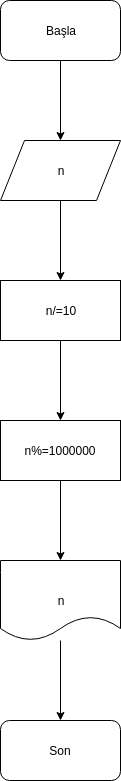
Before: 8reqemli.png, a diagram exported from draw.io (heybetov1998/14.02.2017). Source tidied: cells renumbered, new cells last; positions are measured from the earlier drawing's top-left corner, leaving out a move shared by most shapes. Its diagram source:
```xml
<mxGraphModel background="#ffffff">
  <root>
    <mxCell id="0" />
    <mxCell id="1" parent="0" />
    <mxCell id="2" style="edgeStyle=orthogonalEdgeStyle;rounded=0;html=1;jettySize=auto;" parent="1" edge="1" source="3">
      <mxGeometry x="425" y="70" as="geometry">
        <mxPoint x="60" y="140" as="targetPoint" />
      </mxGeometry>
    </mxCell>
    <mxCell id="3" value="Başla" style="rounded=1;whiteSpace=wrap;html=1;fillColor=#ffffff;gradientColor=none;" parent="1" vertex="1">
      <mxGeometry width="120" height="60" as="geometry" />
    </mxCell>
    <mxCell id="4" style="edgeStyle=orthogonalEdgeStyle;rounded=0;html=1;jettySize=auto;" parent="1" edge="1" source="5">
      <mxGeometry x="425" y="210" as="geometry">
        <mxPoint x="60" y="280" as="targetPoint" />
      </mxGeometry>
    </mxCell>
    <mxCell id="5" value="n" style="shape=parallelogram;whiteSpace=wrap;html=1;fillColor=#ffffff;gradientColor=none;" parent="1" vertex="1">
      <mxGeometry y="140" width="120" height="60" as="geometry" />
    </mxCell>
    <mxCell id="6" style="edgeStyle=orthogonalEdgeStyle;rounded=0;html=1;jettySize=auto;" parent="1" edge="1" source="7">
      <mxGeometry x="425" y="350" as="geometry">
        <mxPoint x="60" y="420" as="targetPoint" />
      </mxGeometry>
    </mxCell>
    <mxCell id="7" value="n/=10" style="whiteSpace=wrap;html=1;fillColor=#ffffff;gradientColor=none;" parent="1" vertex="1">
      <mxGeometry y="280" width="120" height="60" as="geometry" />
    </mxCell>
    <mxCell id="8" style="edgeStyle=orthogonalEdgeStyle;rounded=0;html=1;jettySize=auto;" parent="1" edge="1" source="9">
      <mxGeometry x="425" y="490" as="geometry">
        <mxPoint x="60" y="560" as="targetPoint" />
      </mxGeometry>
    </mxCell>
    <mxCell id="9" value="n%=1000000" style="whiteSpace=wrap;html=1;fillColor=#ffffff;gradientColor=none;" parent="1" vertex="1">
      <mxGeometry y="420" width="120" height="60" as="geometry" />
    </mxCell>
    <mxCell id="10" style="edgeStyle=orthogonalEdgeStyle;rounded=0;html=1;jettySize=auto;" parent="1" edge="1" source="11">
      <mxGeometry x="425" y="650" as="geometry">
        <mxPoint x="60" y="720" as="targetPoint" />
      </mxGeometry>
    </mxCell>
    <mxCell id="11" value="n" style="shape=document;whiteSpace=wrap;html=1;fillColor=#ffffff;gradientColor=none;" parent="1" vertex="1">
      <mxGeometry y="560" width="120" height="80" as="geometry" />
    </mxCell>
    <mxCell id="12" value="Son" style="rounded=1;whiteSpace=wrap;html=1;fillColor=#ffffff;gradientColor=none;" parent="1" vertex="1">
      <mxGeometry y="720" width="120" height="60" as="geometry" />
    </mxCell>
  </root>
</mxGraphModel>
```
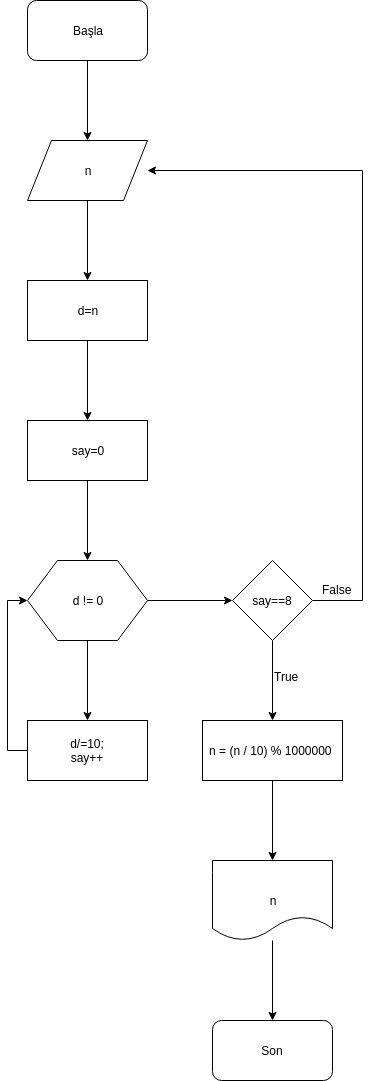
After the change.

What changed in the source:
```diff
@@ -23,7 +23,7 @@
         <mxPoint x="60" y="420" as="targetPoint" />
       </mxGeometry>
     </mxCell>
-    <mxCell id="7" value="n/=10" style="whiteSpace=wrap;html=1;fillColor=#ffffff;gradientColor=none;" parent="1" vertex="1">
+    <mxCell id="7" value="d=n" style="whiteSpace=wrap;html=1;fillColor=#ffffff;gradientColor=none;" parent="1" vertex="1">
       <mxGeometry y="280" width="120" height="60" as="geometry" />
     </mxCell>
     <mxCell id="8" style="edgeStyle=orthogonalEdgeStyle;rounded=0;html=1;jettySize=auto;" parent="1" edge="1" source="9">
@@ -31,19 +31,71 @@
         <mxPoint x="60" y="560" as="targetPoint" />
       </mxGeometry>
     </mxCell>
-    <mxCell id="9" value="n%=1000000" style="whiteSpace=wrap;html=1;fillColor=#ffffff;gradientColor=none;" parent="1" vertex="1">
+    <mxCell id="9" value="say=0" style="whiteSpace=wrap;html=1;fillColor=#ffffff;gradientColor=none;" parent="1" vertex="1">
       <mxGeometry y="420" width="120" height="60" as="geometry" />
     </mxCell>
-    <mxCell id="10" style="edgeStyle=orthogonalEdgeStyle;rounded=0;html=1;jettySize=auto;" parent="1" edge="1" source="11">
+    <mxCell id="10" style="edgeStyle=orthogonalEdgeStyle;rounded=0;html=1;jettySize=auto;" parent="1" edge="1" source="12">
       <mxGeometry x="425" y="650" as="geometry">
         <mxPoint x="60" y="720" as="targetPoint" />
       </mxGeometry>
     </mxCell>
-    <mxCell id="11" value="n" style="shape=document;whiteSpace=wrap;html=1;fillColor=#ffffff;gradientColor=none;" parent="1" vertex="1">
-      <mxGeometry y="560" width="120" height="80" as="geometry" />
+    <mxCell id="11" style="edgeStyle=orthogonalEdgeStyle;rounded=0;html=1;jettySize=auto;entryX=0;entryY=0.5;" parent="1" edge="1" source="12" target="17">
+      <mxGeometry x="485" y="610" as="geometry" />
     </mxCell>
-    <mxCell id="12" value="Son" style="rounded=1;whiteSpace=wrap;html=1;fillColor=#ffffff;gradientColor=none;" parent="1" vertex="1">
-      <mxGeometry y="720" width="120" height="60" as="geometry" />
+    <mxCell id="12" value="d != 0" style="shape=hexagon;perimeter=hexagonPerimeter;whiteSpace=wrap;html=1;fillColor=#ffffff;gradientColor=none;" parent="1" vertex="1">
+      <mxGeometry y="560" width="120" height="80" as="geometry" />
     </mxCell>
+    <mxCell id="13" style="edgeStyle=orthogonalEdgeStyle;rounded=0;html=1;entryX=0;entryY=0.5;jettySize=auto;" parent="1" edge="1" source="14" target="12">
+      <mxGeometry x="345" y="610" as="geometry">
+        <Array as="points">
+          <mxPoint x="-20" y="750" />
+          <mxPoint x="-20" y="600" />
+        </Array>
+      </mxGeometry>
+    </mxCell>
+    <mxCell id="14" value="d/=10;&lt;div&gt;say++&lt;/div&gt;" style="whiteSpace=wrap;html=1;fillColor=#ffffff;gradientColor=none;" parent="1" vertex="1">
+      <mxGeometry y="720" width="120" height="60" as="geometry" />
+    </mxCell>
+    <mxCell id="15" style="edgeStyle=orthogonalEdgeStyle;rounded=0;html=1;jettySize=auto;" parent="1" edge="1" source="17">
+      <mxGeometry x="610" y="650" as="geometry">
+        <mxPoint x="245" y="720" as="targetPoint" />
+      </mxGeometry>
+    </mxCell>
+    <mxCell id="16" style="edgeStyle=orthogonalEdgeStyle;rounded=0;html=1;jettySize=auto;entryX=1;entryY=0.5;" parent="1" edge="1" source="17" target="5">
+      <mxGeometry x="485" y="180" as="geometry">
+        <Array as="points">
+          <mxPoint x="335" y="600" />
+          <mxPoint x="335" y="170" />
+        </Array>
+      </mxGeometry>
+    </mxCell>
+    <mxCell id="17" value="say==8" style="rhombus;whiteSpace=wrap;html=1;fillColor=#ffffff;gradientColor=none;" parent="1" vertex="1">
+      <mxGeometry x="205" y="560" width="80" height="80" as="geometry" />
+    </mxCell>
+    <mxCell id="18" value="False" style="text;html=1;align=left;verticalAlign=top;spacingTop=-4;" parent="1" vertex="1">
+      <mxGeometry x="293" y="580" width="40" height="20" as="geometry" />
+    </mxCell>
+    <mxCell id="19" value="True" style="text;html=1;align=left;verticalAlign=top;spacingTop=-4;" parent="1" vertex="1">
+      <mxGeometry x="245" y="667" width="40" height="20" as="geometry" />
+    </mxCell>
+    <mxCell id="20" style="edgeStyle=orthogonalEdgeStyle;rounded=0;html=1;jettySize=auto;" parent="1" edge="1" source="21">
+      <mxGeometry x="610" y="790" as="geometry">
+        <mxPoint x="245" y="860" as="targetPoint" />
+      </mxGeometry>
+    </mxCell>
+    <mxCell id="21" value="n = (n / 10) % 1000000&amp;nbsp;" style="whiteSpace=wrap;html=1;fillColor=#ffffff;gradientColor=none;" parent="1" vertex="1">
+      <mxGeometry x="175" y="720" width="140" height="60" as="geometry" />
+    </mxCell>
+    <mxCell id="22" style="edgeStyle=orthogonalEdgeStyle;rounded=0;html=1;jettySize=auto;" parent="1" edge="1" source="23">
+      <mxGeometry x="610" y="950" as="geometry">
+        <mxPoint x="245" y="1020" as="targetPoint" />
+      </mxGeometry>
+    </mxCell>
+    <mxCell id="23" value="n" style="shape=document;whiteSpace=wrap;html=1;fillColor=#ffffff;gradientColor=none;" parent="1" vertex="1">
+      <mxGeometry x="185" y="860" width="120" height="80" as="geometry" />
+    </mxCell>
+    <mxCell id="24" value="Son" style="rounded=1;whiteSpace=wrap;html=1;fillColor=#ffffff;gradientColor=none;" parent="1" vertex="1">
+      <mxGeometry x="185" y="1020" width="120" height="60" as="geometry" />
+    </mxCell>
   </root>
 </mxGraphModel>
```
